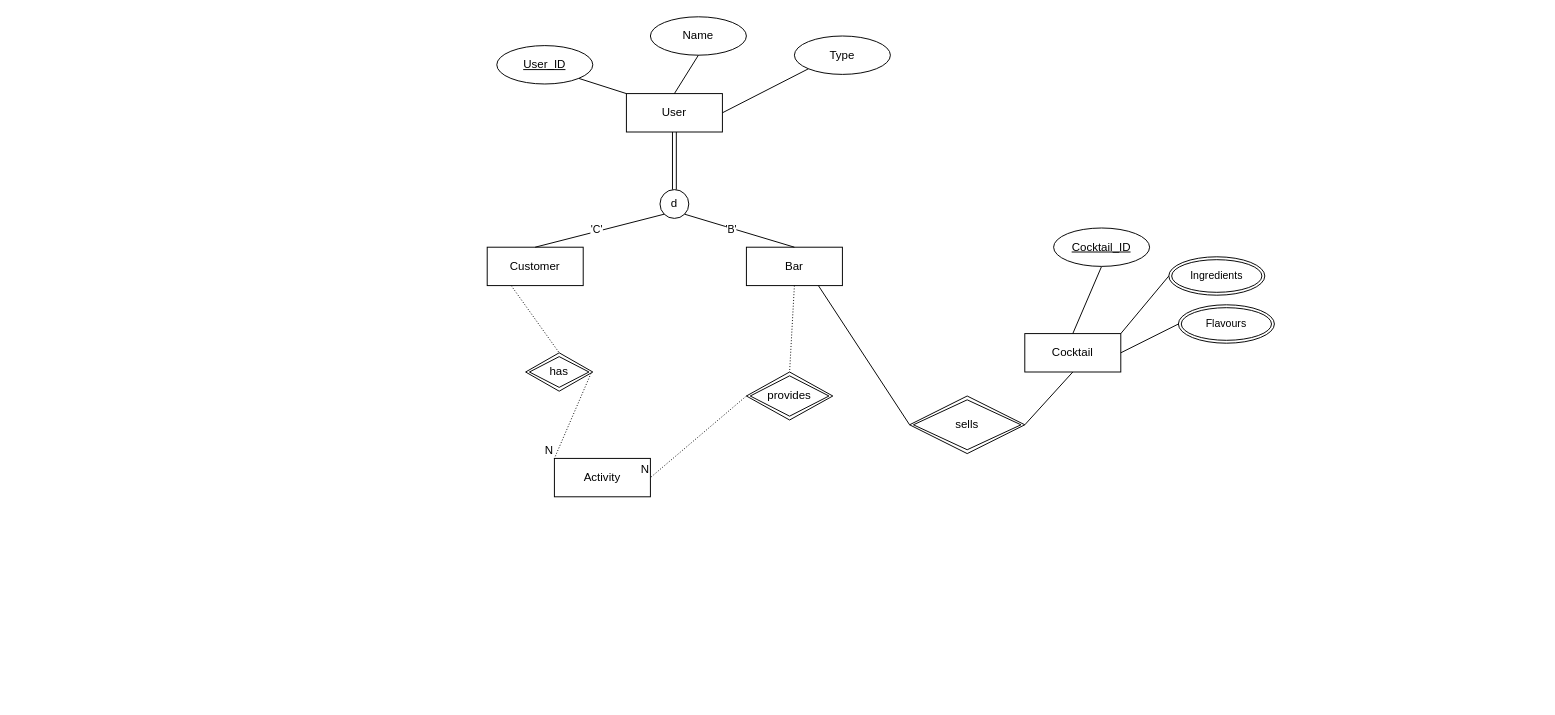
Above: finalProjectERD.drawio in tp12356twNccu/Database_NCCU (draw.io), before the change. Source tidied: cells renumbered, new cells numbered last; positions are measured from the earlier drawing's top-left corner, leaving out a move shared by most shapes. Both pictures are drawn from the tidied source at 96%, with x=0, y=0 at pixel (487, 16).
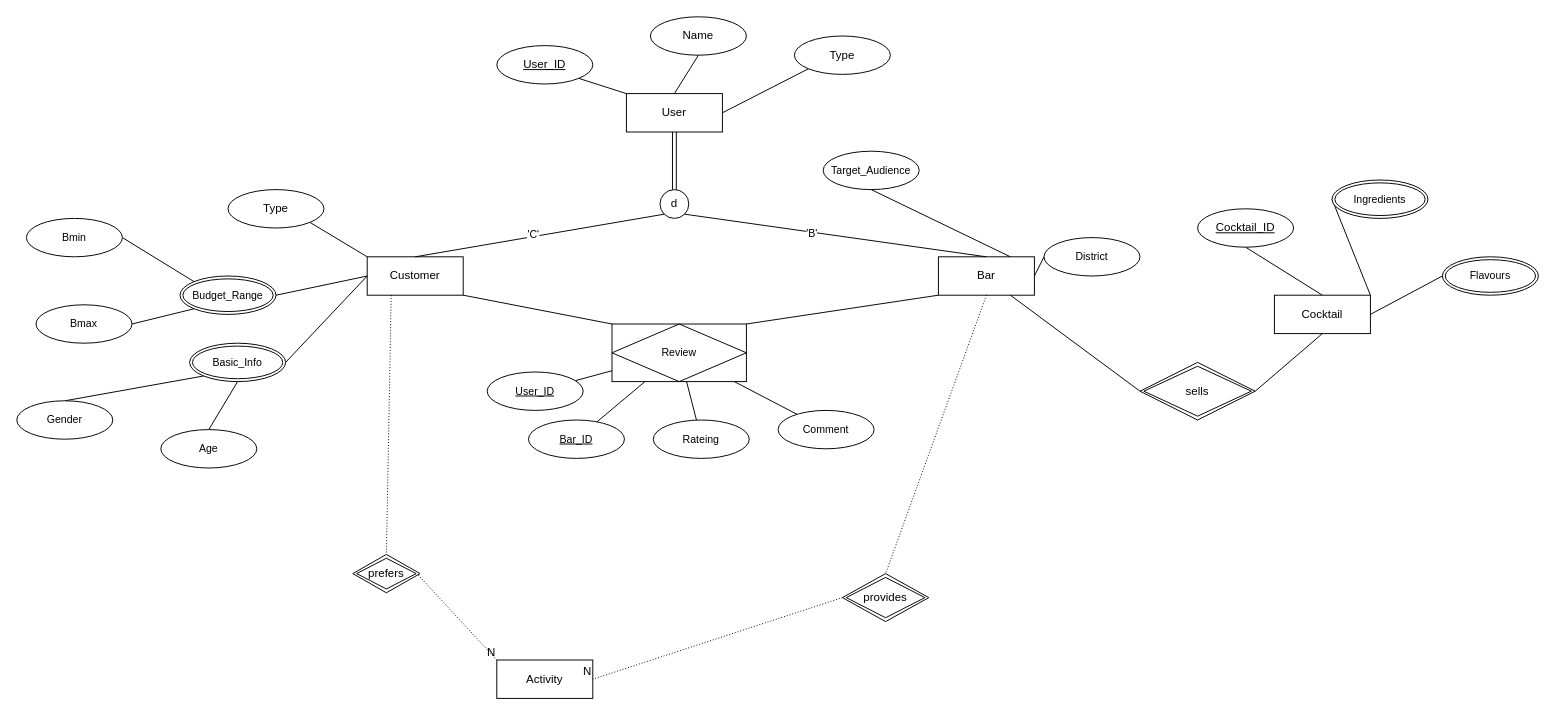
The same diagram, later.

What changed in the source:
```diff
@@
+    <mxCell id="38" style="edgeStyle=none;rounded=0;jettySize=auto;html=1;exitX=1;exitY=1;exitDx=0;exitDy=0;entryX=0;entryY=0;entryDx=0;entryDy=0;strokeColor=default;align=center;verticalAlign=middle;fontFamily=Helvetica;fontSize=11;fontColor=default;labelBackgroundColor=default;endArrow=none;endFill=0;" parent="1" edge="1" source="11" target="58">
+      <mxGeometry relative="1" as="geometry" />
+    </mxCell>
     <mxCell id="11" value="Customer" style="whiteSpace=wrap;html=1;align=center;" parent="1" vertex="1">
-      <mxGeometry y="240" width="100" height="40" as="geometry" />
+      <mxGeometry x="-125" y="250" width="100" height="40" as="geometry" />
     </mxCell>
     <mxCell id="12" value="Bar" style="whiteSpace=wrap;html=1;align=center;" parent="1" vertex="1">
-      <mxGeometry x="270" y="240" width="100" height="40" as="geometry" />
+      <mxGeometry x="470" y="250" width="100" height="40" as="geometry" />
     </mxCell>
@@
     <mxCell id="17" value="Activity" style="whiteSpace=wrap;html=1;align=center;" parent="1" vertex="1">
-      <mxGeometry x="70" y="460" width="100" height="40" as="geometry" />
+      <mxGeometry x="10" y="670" width="100" height="40" as="geometry" />
     </mxCell>
@@
-    <mxCell id="20" value="has" style="shape=rhombus;double=1;perimeter=rhombusPerimeter;whiteSpace=wrap;html=1;align=center;" parent="1" vertex="1">
-      <mxGeometry x="40" y="350" width="70" height="40" as="geometry" />
+    <mxCell id="20" value="prefers" style="shape=rhombus;double=1;perimeter=rhombusPerimeter;whiteSpace=wrap;html=1;align=center;" parent="1" vertex="1">
+      <mxGeometry x="-140" y="560" width="70" height="40" as="geometry" />
     </mxCell>
@@
     <mxCell id="25" value="provides" style="shape=rhombus;double=1;perimeter=rhombusPerimeter;whiteSpace=wrap;html=1;align=center;" parent="1" vertex="1">
-      <mxGeometry x="270" y="370" width="90" height="50" as="geometry" />
+      <mxGeometry x="370" y="580" width="90" height="50" as="geometry" />
     </mxCell>
@@
     <mxCell id="28" value="Cocktail" style="whiteSpace=wrap;html=1;align=center;" parent="1" vertex="1">
-      <mxGeometry x="560" y="330" width="100" height="40" as="geometry" />
+      <mxGeometry x="820" y="290" width="100" height="40" as="geometry" />
     </mxCell>
@@
     <mxCell id="30" value="Cocktail_ID" style="ellipse;whiteSpace=wrap;html=1;align=center;fontStyle=4;" parent="1" vertex="1">
-      <mxGeometry x="590" y="220" width="100" height="40" as="geometry" />
+      <mxGeometry x="740" y="200" width="100" height="40" as="geometry" />
     </mxCell>
@@
     <mxCell id="32" value="Ingredients" style="ellipse;shape=doubleEllipse;margin=3;whiteSpace=wrap;html=1;align=center;fontFamily=Helvetica;fontSize=11;fontColor=default;" parent="1" vertex="1">
-      <mxGeometry x="710" y="250" width="100" height="40" as="geometry" />
+      <mxGeometry x="880" y="170" width="100" height="40" as="geometry" />
     </mxCell>
@@
     <mxCell id="34" value="Flavours" style="ellipse;shape=doubleEllipse;margin=3;whiteSpace=wrap;html=1;align=center;fontFamily=Helvetica;fontSize=11;fontColor=default;" parent="1" vertex="1">
-      <mxGeometry x="720" y="300" width="100" height="40" as="geometry" />
+      <mxGeometry x="995" y="250" width="100" height="40" as="geometry" />
     </mxCell>
     <mxCell id="35" value="sells" style="shape=rhombus;double=1;perimeter=rhombusPerimeter;whiteSpace=wrap;html=1;align=center;" parent="1" vertex="1">
-      <mxGeometry x="440" y="395" width="120" height="60" as="geometry" />
+      <mxGeometry x="680" y="360" width="120" height="60" as="geometry" />
     </mxCell>
@@
+    <mxCell id="39" style="rounded=0;jettySize=auto;html=1;exitX=1;exitY=1;exitDx=0;exitDy=0;entryX=0;entryY=0;entryDx=0;entryDy=0;endArrow=none;endFill=0;" parent="1" edge="1" source="40" target="11">
+      <mxGeometry relative="1" as="geometry" />
+    </mxCell>
+    <mxCell id="40" value="Type" style="ellipse;whiteSpace=wrap;html=1;align=center;" parent="1" vertex="1">
+      <mxGeometry x="-270" y="180" width="100" height="40" as="geometry" />
+    </mxCell>
+    <mxCell id="41" style="edgeStyle=none;rounded=0;jettySize=auto;html=1;exitX=0.5;exitY=1;exitDx=0;exitDy=0;entryX=0.75;entryY=0;entryDx=0;entryDy=0;strokeColor=default;align=center;verticalAlign=middle;fontFamily=Helvetica;fontSize=11;fontColor=default;labelBackgroundColor=default;endArrow=none;endFill=0;" parent="1" edge="1" source="42" target="12">
+      <mxGeometry relative="1" as="geometry" />
+    </mxCell>
+    <mxCell id="42" value="Target_Audience" style="ellipse;whiteSpace=wrap;html=1;align=center;fontFamily=Helvetica;fontSize=11;fontColor=default;labelBackgroundColor=default;" parent="1" vertex="1">
+      <mxGeometry x="350" y="140" width="100" height="40" as="geometry" />
+    </mxCell>
+    <mxCell id="43" style="edgeStyle=none;rounded=0;jettySize=auto;html=1;exitX=0;exitY=0.5;exitDx=0;exitDy=0;entryX=1;entryY=0.5;entryDx=0;entryDy=0;strokeColor=default;align=center;verticalAlign=middle;fontFamily=Helvetica;fontSize=11;fontColor=default;labelBackgroundColor=default;endArrow=none;endFill=0;" parent="1" edge="1" source="44" target="12">
+      <mxGeometry relative="1" as="geometry" />
+    </mxCell>
+    <mxCell id="44" value="District" style="ellipse;whiteSpace=wrap;html=1;align=center;fontFamily=Helvetica;fontSize=11;fontColor=default;labelBackgroundColor=default;" parent="1" vertex="1">
+      <mxGeometry x="580" y="230" width="100" height="40" as="geometry" />
+    </mxCell>
+    <mxCell id="45" style="edgeStyle=none;rounded=0;jettySize=auto;html=1;exitX=1;exitY=0.5;exitDx=0;exitDy=0;entryX=0;entryY=0.5;entryDx=0;entryDy=0;strokeColor=default;align=center;verticalAlign=middle;fontFamily=Helvetica;fontSize=11;fontColor=default;labelBackgroundColor=default;endArrow=none;endFill=0;" parent="1" edge="1" source="46" target="11">
+      <mxGeometry relative="1" as="geometry" />
+    </mxCell>
+    <mxCell id="46" value="Basic_Info" style="ellipse;shape=doubleEllipse;margin=3;whiteSpace=wrap;html=1;align=center;fontFamily=Helvetica;fontSize=11;fontColor=default;labelBackgroundColor=default;" parent="1" vertex="1">
+      <mxGeometry x="-310" y="340" width="100" height="40" as="geometry" />
+    </mxCell>
+    <mxCell id="47" style="edgeStyle=none;rounded=0;jettySize=auto;html=1;exitX=0.5;exitY=0;exitDx=0;exitDy=0;entryX=0.5;entryY=1;entryDx=0;entryDy=0;strokeColor=default;align=center;verticalAlign=middle;fontFamily=Helvetica;fontSize=11;fontColor=default;labelBackgroundColor=default;endArrow=none;endFill=0;" parent="1" edge="1" source="48" target="46">
+      <mxGeometry relative="1" as="geometry" />
+    </mxCell>
+    <mxCell id="48" value="Age" style="ellipse;whiteSpace=wrap;html=1;align=center;fontFamily=Helvetica;fontSize=11;fontColor=default;labelBackgroundColor=default;" parent="1" vertex="1">
+      <mxGeometry x="-340" y="430" width="100" height="40" as="geometry" />
+    </mxCell>
+    <mxCell id="49" style="edgeStyle=none;rounded=0;jettySize=auto;html=1;exitX=0.5;exitY=0;exitDx=0;exitDy=0;entryX=0;entryY=1;entryDx=0;entryDy=0;strokeColor=default;align=center;verticalAlign=middle;fontFamily=Helvetica;fontSize=11;fontColor=default;labelBackgroundColor=default;endArrow=none;endFill=0;" parent="1" edge="1" source="50" target="46">
+      <mxGeometry relative="1" as="geometry" />
+    </mxCell>
+    <mxCell id="50" value="Gender" style="ellipse;whiteSpace=wrap;html=1;align=center;fontFamily=Helvetica;fontSize=11;fontColor=default;labelBackgroundColor=default;" parent="1" vertex="1">
+      <mxGeometry x="-490" y="400" width="100" height="40" as="geometry" />
+    </mxCell>
+    <mxCell id="51" style="edgeStyle=none;rounded=0;jettySize=auto;html=1;exitX=1;exitY=0.5;exitDx=0;exitDy=0;entryX=0;entryY=0.5;entryDx=0;entryDy=0;strokeColor=default;align=center;verticalAlign=middle;fontFamily=Helvetica;fontSize=11;fontColor=default;labelBackgroundColor=default;endArrow=none;endFill=0;" parent="1" edge="1" source="52" target="11">
+      <mxGeometry relative="1" as="geometry" />
+    </mxCell>
+    <mxCell id="52" value="Budget_Range" style="ellipse;shape=doubleEllipse;margin=3;whiteSpace=wrap;html=1;align=center;fontFamily=Helvetica;fontSize=11;fontColor=default;labelBackgroundColor=default;" parent="1" vertex="1">
+      <mxGeometry x="-320" y="270" width="100" height="40" as="geometry" />
+    </mxCell>
+    <mxCell id="53" style="edgeStyle=none;rounded=0;jettySize=auto;html=1;exitX=1;exitY=0.5;exitDx=0;exitDy=0;entryX=0;entryY=0;entryDx=0;entryDy=0;strokeColor=default;align=center;verticalAlign=middle;fontFamily=Helvetica;fontSize=11;fontColor=default;labelBackgroundColor=default;endArrow=none;endFill=0;" parent="1" edge="1" source="54" target="52">
+      <mxGeometry relative="1" as="geometry" />
+    </mxCell>
+    <mxCell id="54" value="Bmin" style="ellipse;whiteSpace=wrap;html=1;align=center;fontFamily=Helvetica;fontSize=11;fontColor=default;labelBackgroundColor=default;" parent="1" vertex="1">
+      <mxGeometry x="-480" y="210" width="100" height="40" as="geometry" />
+    </mxCell>
+    <mxCell id="55" style="edgeStyle=none;rounded=0;jettySize=auto;html=1;exitX=1;exitY=0.5;exitDx=0;exitDy=0;entryX=0;entryY=1;entryDx=0;entryDy=0;strokeColor=default;align=center;verticalAlign=middle;fontFamily=Helvetica;fontSize=11;fontColor=default;labelBackgroundColor=default;endArrow=none;endFill=0;" parent="1" edge="1" source="56" target="52">
+      <mxGeometry relative="1" as="geometry" />
+    </mxCell>
+    <mxCell id="56" value="Bmax" style="ellipse;whiteSpace=wrap;html=1;align=center;fontFamily=Helvetica;fontSize=11;fontColor=default;labelBackgroundColor=default;" parent="1" vertex="1">
+      <mxGeometry x="-470" y="300" width="100" height="40" as="geometry" />
+    </mxCell>
+    <mxCell id="57" style="edgeStyle=none;rounded=0;jettySize=auto;html=1;exitX=1;exitY=0;exitDx=0;exitDy=0;entryX=0;entryY=1;entryDx=0;entryDy=0;strokeColor=default;align=center;verticalAlign=middle;fontFamily=Helvetica;fontSize=11;fontColor=default;labelBackgroundColor=default;endArrow=none;endFill=0;" parent="1" edge="1" source="58" target="12">
+      <mxGeometry relative="1" as="geometry" />
+    </mxCell>
+    <mxCell id="58" value="Review" style="shape=associativeEntity;whiteSpace=wrap;html=1;align=center;fontFamily=Helvetica;fontSize=11;fontColor=default;labelBackgroundColor=default;" parent="1" vertex="1">
+      <mxGeometry x="130" y="320" width="140" height="60" as="geometry" />
+    </mxCell>
+    <mxCell id="59" style="edgeStyle=none;rounded=0;jettySize=auto;html=1;strokeColor=default;align=center;verticalAlign=middle;fontFamily=Helvetica;fontSize=11;fontColor=default;labelBackgroundColor=default;endArrow=none;endFill=0;" parent="1" edge="1" source="60" target="58">
+      <mxGeometry relative="1" as="geometry" />
+    </mxCell>
+    <mxCell id="60" value="User_ID" style="ellipse;whiteSpace=wrap;html=1;align=center;fontStyle=4;fontFamily=Helvetica;fontSize=11;fontColor=default;labelBackgroundColor=default;" parent="1" vertex="1">
+      <mxGeometry y="370" width="100" height="40" as="geometry" />
+    </mxCell>
+    <mxCell id="61" style="edgeStyle=none;rounded=0;jettySize=auto;html=1;strokeColor=default;align=center;verticalAlign=middle;fontFamily=Helvetica;fontSize=11;fontColor=default;labelBackgroundColor=default;endArrow=none;endFill=0;" parent="1" edge="1" source="62" target="58">
+      <mxGeometry relative="1" as="geometry" />
+    </mxCell>
+    <mxCell id="62" value="Bar_ID" style="ellipse;whiteSpace=wrap;html=1;align=center;fontStyle=4;fontFamily=Helvetica;fontSize=11;fontColor=default;labelBackgroundColor=default;" parent="1" vertex="1">
+      <mxGeometry x="43" y="420" width="100" height="40" as="geometry" />
+    </mxCell>
+    <mxCell id="63" style="edgeStyle=none;rounded=0;jettySize=auto;html=1;strokeColor=default;align=center;verticalAlign=middle;fontFamily=Helvetica;fontSize=11;fontColor=default;labelBackgroundColor=default;endArrow=none;endFill=0;" parent="1" edge="1" source="64" target="58">
+      <mxGeometry relative="1" as="geometry" />
+    </mxCell>
+    <mxCell id="64" value="Comment" style="ellipse;whiteSpace=wrap;html=1;align=center;fontFamily=Helvetica;fontSize=11;fontColor=default;labelBackgroundColor=default;" parent="1" vertex="1">
+      <mxGeometry x="303" y="410" width="100" height="40" as="geometry" />
+    </mxCell>
+    <mxCell id="65" style="edgeStyle=none;rounded=0;jettySize=auto;html=1;strokeColor=default;align=center;verticalAlign=middle;fontFamily=Helvetica;fontSize=11;fontColor=default;labelBackgroundColor=default;endArrow=none;endFill=0;" parent="1" edge="1" source="66" target="58">
+      <mxGeometry relative="1" as="geometry" />
+    </mxCell>
+    <mxCell id="66" value="Rateing" style="ellipse;whiteSpace=wrap;html=1;align=center;fontFamily=Helvetica;fontSize=11;fontColor=default;labelBackgroundColor=default;" parent="1" vertex="1">
+      <mxGeometry x="173" y="420" width="100" height="40" as="geometry" />
+    </mxCell>
```
